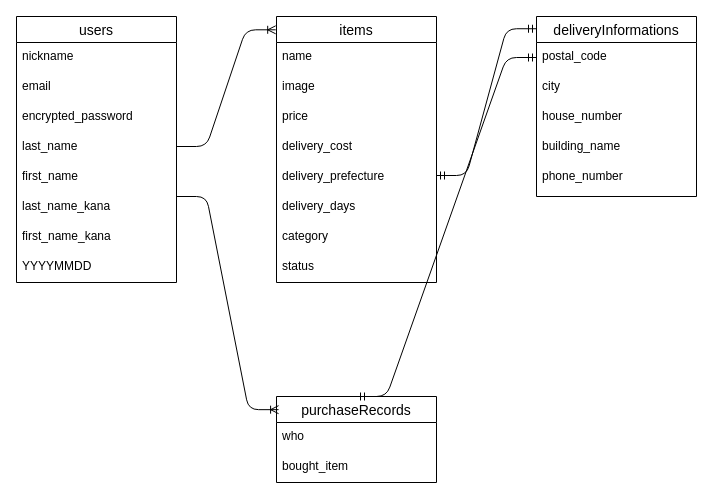
Roohit2/furima-39013 keeps this draw.io diagram as er.dio. Above is the earlier version. Source tidied: cells renumbered, new cells numbered last; positions are measured from the earlier drawing's top-left corner, leaving out a move shared by most shapes. Both pictures are drawn from the tidied source at 100%, with x=0, y=0 at pixel (16, 16).
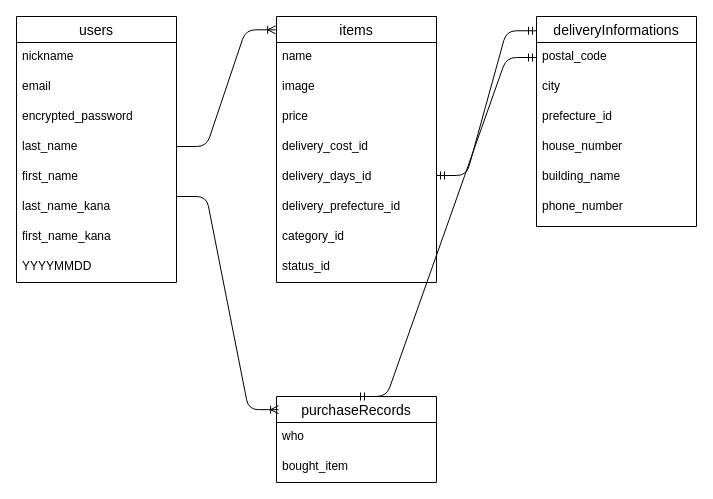
The same page after the edit.

The change refers to these unchanged cells:
```xml
<mxCell id="11" value="items" style="swimlane;fontStyle=0;horizontal=1;startSize=26;align=center;fontSize=14;" parent="1" vertex="1">
  <mxGeometry x="260" width="160" height="266" as="geometry" />
</mxCell>
```

What changed in the source:
```diff
@@
-    <mxCell id="15" value="delivery_cost" style="text;strokeColor=none;fillColor=none;spacingLeft=4;spacingRight=4;overflow=hidden;fontSize=12;" parent="11" vertex="1">
+    <mxCell id="15" value="delivery_cost_id" style="text;strokeColor=none;fillColor=none;spacingLeft=4;spacingRight=4;overflow=hidden;fontSize=12;" parent="11" vertex="1">
       <mxGeometry y="116" width="160" height="30" as="geometry" />
     </mxCell>
+    <mxCell id="17" value="delivery_days_id" style="text;strokeColor=none;fillColor=none;spacingLeft=4;spacingRight=4;overflow=hidden;fontSize=12;" parent="11" vertex="1">
+      <mxGeometry y="146" width="160" height="30" as="geometry" />
+    </mxCell>
-    <mxCell id="16" value="delivery_prefecture" style="text;strokeColor=none;fillColor=none;spacingLeft=4;spacingRight=4;overflow=hidden;fontSize=12;" parent="11" vertex="1">
-      <mxGeometry y="146" width="160" height="30" as="geometry" />
+    <mxCell id="16" value="delivery_prefecture_id" style="text;strokeColor=none;fillColor=none;spacingLeft=4;spacingRight=4;overflow=hidden;fontSize=12;" parent="11" vertex="1">
+      <mxGeometry y="176" width="160" height="30" as="geometry" />
     </mxCell>
-    <mxCell id="17" value="delivery_days" style="text;strokeColor=none;fillColor=none;spacingLeft=4;spacingRight=4;overflow=hidden;fontSize=12;" parent="11" vertex="1">
-      <mxGeometry y="176" width="160" height="30" as="geometry" />
-    </mxCell>
-    <mxCell id="18" value="category" style="text;strokeColor=none;fillColor=none;spacingLeft=4;spacingRight=4;overflow=hidden;fontSize=12;" parent="11" vertex="1">
+    <mxCell id="18" value="category_id" style="text;strokeColor=none;fillColor=none;spacingLeft=4;spacingRight=4;overflow=hidden;fontSize=12;" parent="11" vertex="1">
       <mxGeometry y="206" width="160" height="30" as="geometry" />
     </mxCell>
-    <mxCell id="19" value="status" style="text;strokeColor=none;fillColor=none;spacingLeft=4;spacingRight=4;overflow=hidden;fontSize=12;" parent="11" vertex="1">
+    <mxCell id="19" value="status_id" style="text;strokeColor=none;fillColor=none;spacingLeft=4;spacingRight=4;overflow=hidden;fontSize=12;" parent="11" vertex="1">
       <mxGeometry y="236" width="160" height="30" as="geometry" />
     </mxCell>
@@
     <mxCell id="23" value="deliveryInformations" style="swimlane;fontStyle=0;horizontal=1;startSize=26;align=center;fontSize=14;" parent="1" vertex="1">
-      <mxGeometry x="520" width="160" height="180" as="geometry" />
+      <mxGeometry x="520" width="160" height="210" as="geometry" />
     </mxCell>
@@
+    <mxCell id="33" value="prefecture_id" style="text;strokeColor=none;fillColor=none;spacingLeft=4;spacingRight=4;overflow=hidden;fontSize=12;" parent="23" vertex="1">
+      <mxGeometry y="86" width="160" height="30" as="geometry" />
+    </mxCell>
     <mxCell id="26" value="house_number" style="text;strokeColor=none;fillColor=none;spacingLeft=4;spacingRight=4;overflow=hidden;fontSize=12;" parent="23" vertex="1">
-      <mxGeometry y="86" width="160" height="30" as="geometry" />
+      <mxGeometry y="116" width="160" height="30" as="geometry" />
     </mxCell>
     <mxCell id="27" value="building_name" style="text;strokeColor=none;fillColor=none;spacingLeft=4;spacingRight=4;overflow=hidden;fontSize=12;" parent="23" vertex="1">
-      <mxGeometry y="116" width="160" height="30" as="geometry" />
+      <mxGeometry y="146" width="160" height="30" as="geometry" />
     </mxCell>
     <mxCell id="28" value="phone_number" style="text;strokeColor=none;fillColor=none;spacingLeft=4;spacingRight=4;overflow=hidden;fontSize=12;" parent="23" vertex="1">
-      <mxGeometry y="146" width="160" height="34" as="geometry" />
+      <mxGeometry y="176" width="160" height="34" as="geometry" />
     </mxCell>
```
